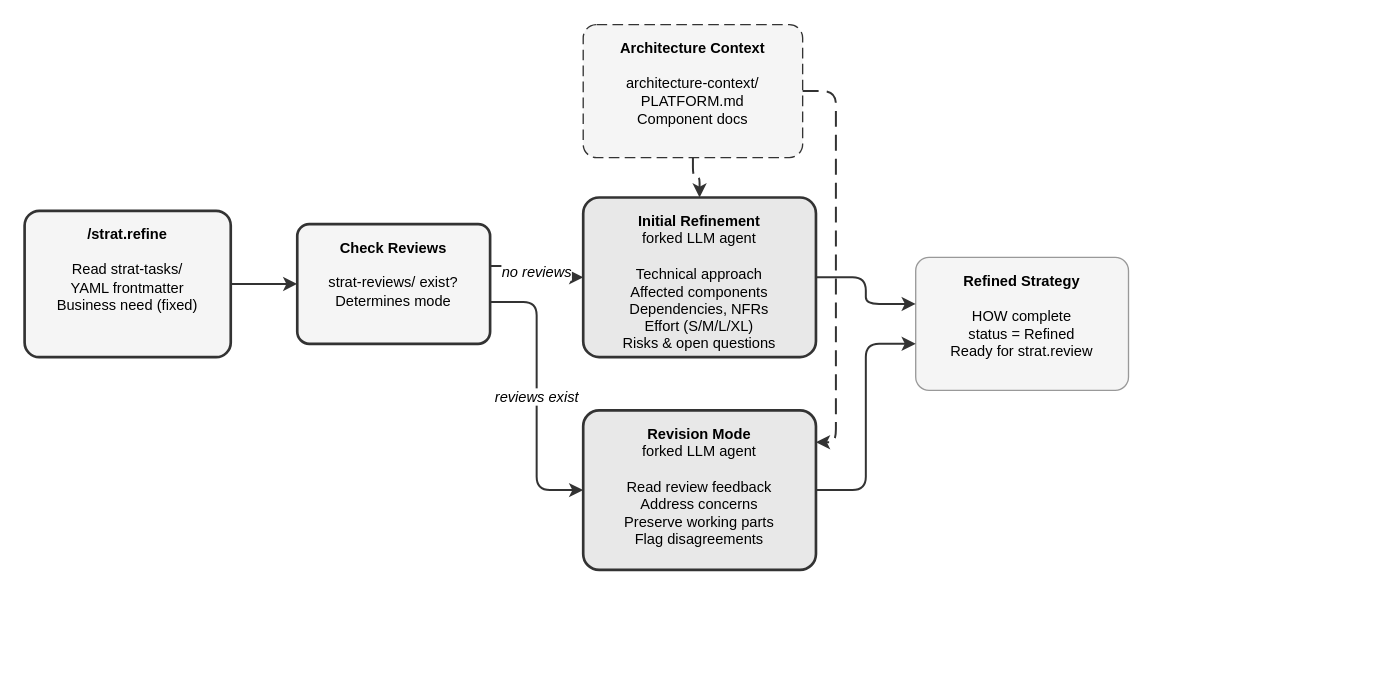
Above: site/docs/plugins/rfe-creator/strat.refine.drawio in opendatahub-io/skills-registry (draw.io), before the change. Source tidied: cells renumbered, new cells numbered last; positions are measured from the earlier drawing's top-left corner, leaving out a move shared by most shapes. Both pictures are drawn from the tidied source at 133%, with x=0, y=0 at pixel (24, 24).
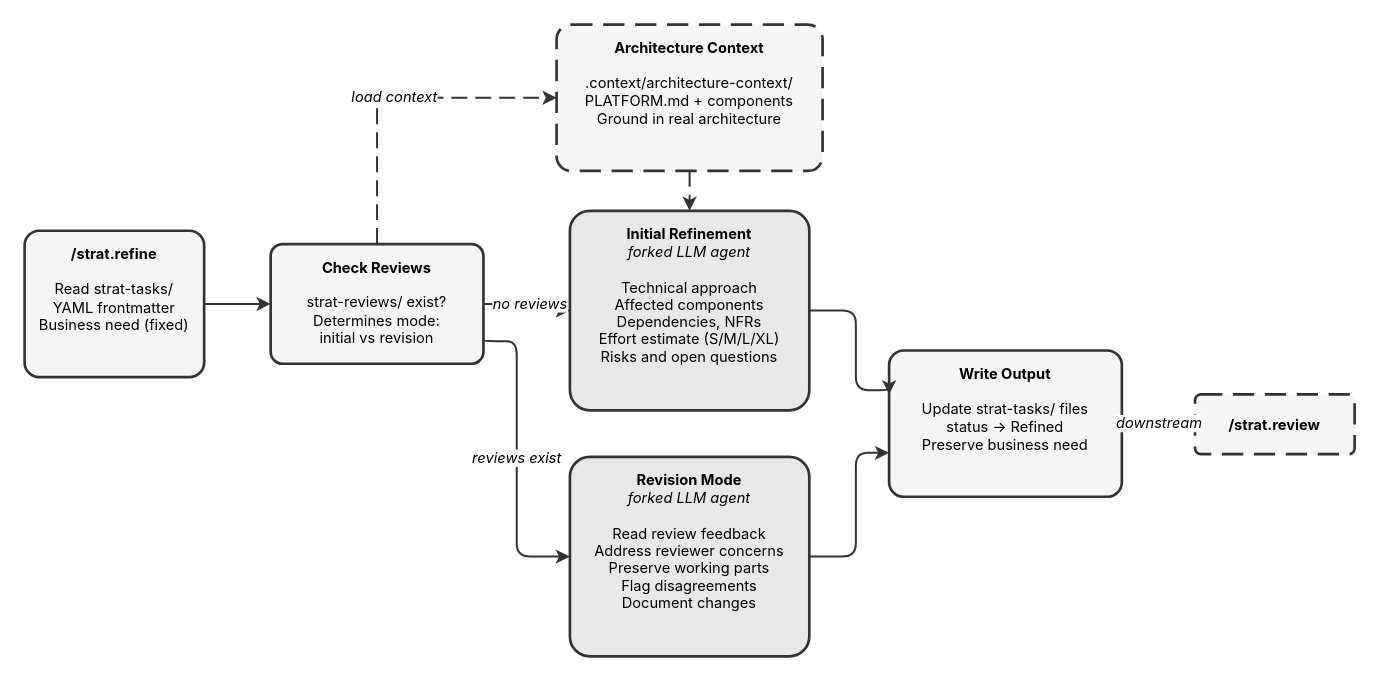
Above is the later version.

What changed in the source:
```diff
@@
-    <mxCell id="2" value="&lt;b&gt;/strat.refine&lt;/b&gt;&lt;br&gt;&lt;br&gt;Read strat-tasks/&lt;br&gt;YAML frontmatter&lt;br&gt;Business need (fixed)" style="rounded=1;whiteSpace=wrap;html=1;fillColor=#f5f5f5;strokeColor=#333333;strokeWidth=2;arcSize=10;verticalAlign=top;spacingTop=5;fontSize=11;" parent="1" vertex="1">
-      <mxGeometry y="140" width="155" height="110" as="geometry" />
+    <mxCell id="2" value="&lt;b&gt;/strat.refine&lt;/b&gt;&lt;br&gt;&lt;br&gt;Read strat-tasks/&lt;br&gt;YAML frontmatter&lt;br&gt;Business need (fixed)" style="rounded=1;whiteSpace=wrap;html=1;fillColor=#f5f5f5;strokeColor=#333333;strokeWidth=2;arcSize=10;verticalAlign=top;spacingTop=5;fontSize=11;fontFamily=Inter,Helvetica,Arial,sans-serif;" parent="1" vertex="1">
+      <mxGeometry y="155" width="135" height="110" as="geometry" />
     </mxCell>
-    <mxCell id="3" value="&lt;b&gt;Check Reviews&lt;/b&gt;&lt;br&gt;&lt;br&gt;strat-reviews/ exist?&lt;br&gt;Determines mode" style="rounded=1;whiteSpace=wrap;html=1;fillColor=#f5f5f5;strokeColor=#333333;strokeWidth=2;arcSize=10;verticalAlign=top;spacingTop=5;fontSize=11;" parent="1" vertex="1">
-      <mxGeometry x="205" y="150" width="145" height="90" as="geometry" />
+    <mxCell id="3" value="&lt;b&gt;Check Reviews&lt;/b&gt;&lt;br&gt;&lt;br&gt;strat-reviews/ exist?&lt;br&gt;Determines mode:&lt;br&gt;initial vs revision" style="rounded=1;whiteSpace=wrap;html=1;fillColor=#f5f5f5;strokeColor=#333333;strokeWidth=2;arcSize=10;verticalAlign=top;spacingTop=5;fontSize=11;fontFamily=Inter,Helvetica,Arial,sans-serif;" parent="1" vertex="1">
+      <mxGeometry x="185" y="165" width="160" height="90" as="geometry" />
     </mxCell>
-    <mxCell id="4" value="&lt;b&gt;Architecture Context&lt;/b&gt;&lt;br&gt;&lt;br&gt;architecture-context/&lt;br&gt;PLATFORM.md&lt;br&gt;Component docs" style="rounded=1;whiteSpace=wrap;html=1;fillColor=#f5f5f5;strokeColor=#333333;strokeWidth=1;arcSize=10;dashed=1;dashPattern=8 4;verticalAlign=top;spacingTop=5;fontSize=11;" parent="1" vertex="1">
-      <mxGeometry x="420" width="165" height="100" as="geometry" />
+    <mxCell id="4" value="&lt;b&gt;Architecture Context&lt;/b&gt;&lt;br&gt;&lt;br&gt;.context/architecture-context/&lt;br&gt;PLATFORM.md + components&lt;br&gt;Ground in real architecture" style="rounded=1;whiteSpace=wrap;html=1;fillColor=#f5f5f5;strokeColor=#333333;strokeWidth=2;arcSize=10;dashed=1;dashPattern=8 4;verticalAlign=top;spacingTop=5;fontSize=11;fontFamily=Inter,Helvetica,Arial,sans-serif;" parent="1" vertex="1">
+      <mxGeometry x="400" width="200" height="110" as="geometry" />
     </mxCell>
-    <mxCell id="5" value="&lt;b&gt;Initial Refinement&lt;/b&gt;&lt;br&gt;forked LLM agent&lt;br&gt;&lt;br&gt;Technical approach&lt;br&gt;Affected components&lt;br&gt;Dependencies, NFRs&lt;br&gt;Effort (S/M/L/XL)&lt;br&gt;Risks &amp;amp; open questions" style="rounded=1;whiteSpace=wrap;html=1;fillColor=#e8e8e8;strokeColor=#333333;strokeWidth=2;arcSize=10;verticalAlign=top;spacingTop=5;fontSize=11;" parent="1" vertex="1">
-      <mxGeometry x="420" y="130" width="175" height="120" as="geometry" />
+    <mxCell id="5" value="&lt;b&gt;Initial Refinement&lt;/b&gt;&lt;br&gt;&lt;i&gt;forked LLM agent&lt;/i&gt;&lt;br&gt;&lt;br&gt;Technical approach&lt;br&gt;Affected components&lt;br&gt;Dependencies, NFRs&lt;br&gt;Effort estimate (S/M/L/XL)&lt;br&gt;Risks and open questions" style="rounded=1;whiteSpace=wrap;html=1;fillColor=#e8e8e8;strokeColor=#333333;strokeWidth=2;arcSize=10;verticalAlign=top;spacingTop=5;fontSize=11;fontFamily=Inter,Helvetica,Arial,sans-serif;" parent="1" vertex="1">
+      <mxGeometry x="410" y="140" width="180" height="150" as="geometry" />
     </mxCell>
-    <mxCell id="6" value="&lt;b&gt;Revision Mode&lt;/b&gt;&lt;br&gt;forked LLM agent&lt;br&gt;&lt;br&gt;Read review feedback&lt;br&gt;Address concerns&lt;br&gt;Preserve working parts&lt;br&gt;Flag disagreements" style="rounded=1;whiteSpace=wrap;html=1;fillColor=#e8e8e8;strokeColor=#333333;strokeWidth=2;arcSize=10;verticalAlign=top;spacingTop=5;fontSize=11;" parent="1" vertex="1">
-      <mxGeometry x="420" y="290" width="175" height="120" as="geometry" />
+    <mxCell id="6" value="&lt;b&gt;Revision Mode&lt;/b&gt;&lt;br&gt;&lt;i&gt;forked LLM agent&lt;/i&gt;&lt;br&gt;&lt;br&gt;Read review feedback&lt;br&gt;Address reviewer concerns&lt;br&gt;Preserve working parts&lt;br&gt;Flag disagreements&lt;br&gt;Document changes" style="rounded=1;whiteSpace=wrap;html=1;fillColor=#e8e8e8;strokeColor=#333333;strokeWidth=2;arcSize=10;verticalAlign=top;spacingTop=5;fontSize=11;fontFamily=Inter,Helvetica,Arial,sans-serif;" parent="1" vertex="1">
+      <mxGeometry x="410" y="325" width="180" height="150" as="geometry" />
     </mxCell>
-    <mxCell id="7" value="&lt;b&gt;Refined Strategy&lt;/b&gt;&lt;br&gt;&lt;br&gt;HOW complete&lt;br&gt;status = Refined&lt;br&gt;Ready for strat.review" style="rounded=1;whiteSpace=wrap;html=1;fillColor=#f5f5f5;strokeColor=#999999;strokeWidth=1;arcSize=10;verticalAlign=top;spacingTop=5;fontSize=11;" parent="1" vertex="1">
-      <mxGeometry x="670" y="175" width="160" height="100" as="geometry" />
-    </mxCell>
+    <mxCell id="15" value="&lt;b&gt;Write Output&lt;/b&gt;&lt;br&gt;&lt;br&gt;Update strat-tasks/ files&lt;br&gt;status → Refined&lt;br&gt;Preserve business need" style="rounded=1;whiteSpace=wrap;html=1;fillColor=#f5f5f5;strokeColor=#333333;strokeWidth=2;arcSize=10;verticalAlign=top;spacingTop=5;fontSize=11;fontFamily=Inter,Helvetica,Arial,sans-serif;" parent="1" vertex="1">
+      <mxGeometry x="650" y="245" width="175" height="110" as="geometry" />
+    </mxCell>
+    <mxCell id="16" value="&lt;b&gt;/strat.review&lt;/b&gt;" style="rounded=1;whiteSpace=wrap;html=1;fillColor=#f5f5f5;strokeColor=#333333;strokeWidth=2;arcSize=10;dashed=1;dashPattern=8 4;verticalAlign=middle;fontSize=11;fontFamily=Inter,Helvetica,Arial,sans-serif;" parent="1" vertex="1">
+      <mxGeometry x="880" y="278" width="120" height="45" as="geometry" />
+    </mxCell>
-    <mxCell id="8" style="edgeStyle=orthogonalEdgeStyle;rounded=1;strokeColor=#333333;strokeWidth=1.5;html=1;exitX=1;exitY=0.5;exitDx=0;exitDy=0;entryX=0;entryY=0.5;entryDx=0;entryDy=0;" parent="1" edge="1" source="2" target="3">
+    <mxCell id="8" style="edgeStyle=orthogonalEdgeStyle;rounded=1;strokeColor=#333333;strokeWidth=1.5;html=1;fontFamily=Inter,Helvetica,Arial,sans-serif;exitX=1;exitY=0.5;exitDx=0;exitDy=0;entryX=0;entryY=0.5;entryDx=0;entryDy=0;" parent="1" edge="1" source="2" target="3">
       <mxGeometry relative="1" as="geometry" />
     </mxCell>
-    <mxCell id="9" value="no reviews" style="edgeStyle=orthogonalEdgeStyle;rounded=1;strokeColor=#333333;strokeWidth=1.5;html=1;fontStyle=2;fontSize=11;exitX=1;exitY=0.35;exitDx=0;exitDy=0;entryX=0;entryY=0.5;entryDx=0;entryDy=0;" parent="1" edge="1" source="3" target="5">
-      <mxGeometry relative="1" as="geometry" />
+    <mxCell id="9" value="no reviews" style="edgeStyle=orthogonalEdgeStyle;rounded=1;strokeColor=#333333;strokeWidth=1.5;html=1;fontStyle=2;fontSize=11;fontFamily=Inter,Helvetica,Arial,sans-serif;exitX=1;exitY=0.5;exitDx=0;exitDy=0;entryX=0;entryY=0.5;entryDx=0;entryDy=0;" parent="1" edge="1" source="3" target="5">
+      <mxGeometry relative="1" as="geometry">
+        <Array as="points">
+          <mxPoint x="385" y="210" />
+          <mxPoint x="385" y="215" />
+        </Array>
+      </mxGeometry>
     </mxCell>
-    <mxCell id="10" value="reviews exist" style="edgeStyle=orthogonalEdgeStyle;rounded=1;strokeColor=#333333;strokeWidth=1.5;html=1;fontStyle=2;fontSize=11;exitX=1;exitY=0.65;exitDx=0;exitDy=0;entryX=0;entryY=0.5;entryDx=0;entryDy=0;" parent="1" edge="1" source="3" target="6">
-      <mxGeometry relative="1" as="geometry" />
+    <mxCell id="10" value="reviews exist" style="edgeStyle=orthogonalEdgeStyle;rounded=1;strokeColor=#333333;strokeWidth=1.5;html=1;fontStyle=2;fontSize=11;fontFamily=Inter,Helvetica,Arial,sans-serif;exitX=1;exitY=0.8;exitDx=0;exitDy=0;entryX=0;entryY=0.5;entryDx=0;entryDy=0;" parent="1" edge="1" source="3" target="6">
+      <mxGeometry relative="1" as="geometry">
+        <Array as="points">
+          <mxPoint x="370" y="238" />
+          <mxPoint x="370" y="400" />
+        </Array>
+      </mxGeometry>
     </mxCell>
+    <mxCell id="17" value="load context" style="edgeStyle=orthogonalEdgeStyle;rounded=1;strokeColor=#333333;strokeWidth=1.5;dashed=1;dashPattern=8 4;html=1;fontStyle=2;fontSize=11;fontFamily=Inter,Helvetica,Arial,sans-serif;exitX=0.5;exitY=0;exitDx=0;exitDy=0;entryX=0;entryY=0.5;entryDx=0;entryDy=0;" parent="1" edge="1" source="3" target="4">
+      <mxGeometry relative="1" as="geometry">
+        <Array as="points">
+          <mxPoint x="265" y="165" />
+          <mxPoint x="265" y="55" />
+        </Array>
+      </mxGeometry>
+    </mxCell>
-    <mxCell id="11" style="edgeStyle=orthogonalEdgeStyle;rounded=1;strokeColor=#333333;strokeWidth=1.5;dashed=1;dashPattern=8 4;html=1;exitX=0.5;exitY=1;exitDx=0;exitDy=0;entryX=0.5;entryY=0;entryDx=0;entryDy=0;" parent="1" edge="1" source="4" target="5">
+    <mxCell id="11" style="edgeStyle=orthogonalEdgeStyle;rounded=1;strokeColor=#333333;strokeWidth=1.5;dashed=1;dashPattern=8 4;html=1;fontFamily=Inter,Helvetica,Arial,sans-serif;exitX=0.5;exitY=1;exitDx=0;exitDy=0;entryX=0.5;entryY=0;entryDx=0;entryDy=0;" parent="1" edge="1" source="4" target="5">
       <mxGeometry relative="1" as="geometry" />
     </mxCell>
-    <mxCell id="12" style="edgeStyle=orthogonalEdgeStyle;rounded=1;strokeColor=#333333;strokeWidth=1.5;dashed=1;dashPattern=8 4;html=1;exitX=1;exitY=0.5;exitDx=0;exitDy=0;entryX=1;entryY=0.2;entryDx=0;entryDy=0;" parent="1" edge="1" source="4" target="6">
-      <mxGeometry relative="1" as="geometry">
-        <Array as="points">
-          <mxPoint x="610" y="50" />
-          <mxPoint x="610" y="314" />
-        </Array>
-      </mxGeometry>
-    </mxCell>
-    <mxCell id="13" style="edgeStyle=orthogonalEdgeStyle;rounded=1;strokeColor=#333333;strokeWidth=1.5;html=1;exitX=1;exitY=0.5;exitDx=0;exitDy=0;entryX=0;entryY=0.35;entryDx=0;entryDy=0;" parent="1" edge="1" source="5" target="7">
-      <mxGeometry relative="1" as="geometry" />
-    </mxCell>
-    <mxCell id="14" style="edgeStyle=orthogonalEdgeStyle;rounded=1;strokeColor=#333333;strokeWidth=1.5;html=1;exitX=1;exitY=0.5;exitDx=0;exitDy=0;entryX=0;entryY=0.65;entryDx=0;entryDy=0;" parent="1" edge="1" source="6" target="7">
-      <mxGeometry relative="1" as="geometry" />
-    </mxCell>
+    <mxCell id="18" style="edgeStyle=orthogonalEdgeStyle;rounded=1;strokeColor=#333333;strokeWidth=1.5;html=1;fontFamily=Inter,Helvetica,Arial,sans-serif;exitX=1;exitY=0.5;exitDx=0;exitDy=0;entryX=0;entryY=0.3;entryDx=0;entryDy=0;" parent="1" edge="1" source="5" target="15">
+      <mxGeometry relative="1" as="geometry">
+        <Array as="points">
+          <mxPoint x="625" y="215" />
+          <mxPoint x="625" y="275" />
+        </Array>
+      </mxGeometry>
+    </mxCell>
+    <mxCell id="19" style="edgeStyle=orthogonalEdgeStyle;rounded=1;strokeColor=#333333;strokeWidth=1.5;html=1;fontFamily=Inter,Helvetica,Arial,sans-serif;exitX=1;exitY=0.5;exitDx=0;exitDy=0;entryX=0;entryY=0.7;entryDx=0;entryDy=0;" parent="1" edge="1" source="6" target="15">
+      <mxGeometry relative="1" as="geometry">
+        <Array as="points">
+          <mxPoint x="625" y="400" />
+          <mxPoint x="625" y="322" />
+        </Array>
+      </mxGeometry>
+    </mxCell>
+    <mxCell id="20" value="downstream" style="edgeStyle=orthogonalEdgeStyle;rounded=1;strokeColor=#333333;strokeWidth=1.5;dashed=1;dashPattern=8 4;html=1;fontStyle=2;fontSize=11;fontFamily=Inter,Helvetica,Arial,sans-serif;exitX=1;exitY=0.5;exitDx=0;exitDy=0;entryX=0;entryY=0.5;entryDx=0;entryDy=0;" parent="1" edge="1" source="15" target="16">
+      <mxGeometry relative="1" as="geometry">
+        <Array as="points">
+          <mxPoint x="850" y="300" />
+        </Array>
+      </mxGeometry>
+    </mxCell>
```
